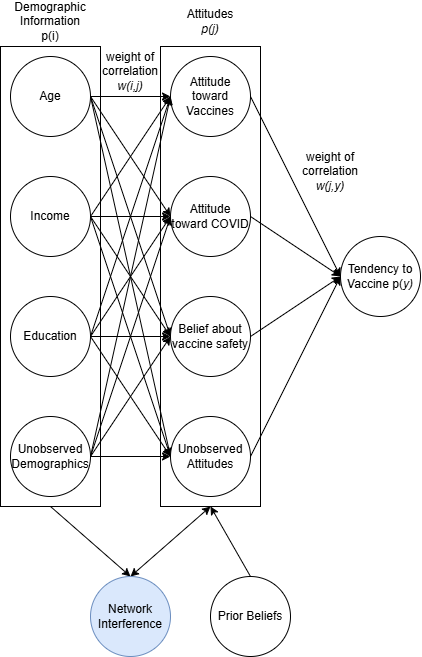
Earlier version of the draw.io export figures/dags/network_DAG.drawio.png (Bingsongl/vaccine_experiment_datatask). Source tidied: cells renumbered, new cells last; positions are measured from the earlier drawing's top-left corner, leaving out a move shared by most shapes.
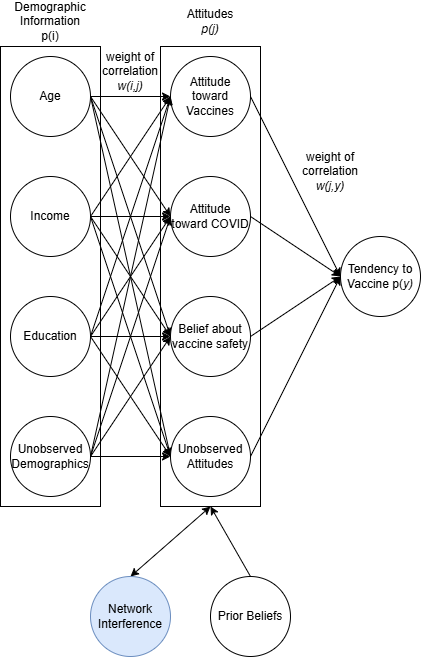
The same diagram one commit later.

What changed in the source:
```diff
@@ -2,9 +2,6 @@
   <root>
     <mxCell id="0" />
     <mxCell id="1" parent="0" />
-    <mxCell id="2" style="rounded=0;jettySize=auto;html=1;exitX=0.5;exitY=1;exitDx=0;exitDy=0;entryX=0.5;entryY=0;entryDx=0;entryDy=0;" parent="1" edge="1" source="3" target="41">
-      <mxGeometry relative="1" as="geometry" />
-    </mxCell>
     <mxCell id="3" style="rounded=0;whiteSpace=wrap;html=1;" parent="1" vertex="1">
       <mxGeometry y="40" width="100" height="460" as="geometry" />
     </mxCell>
```
